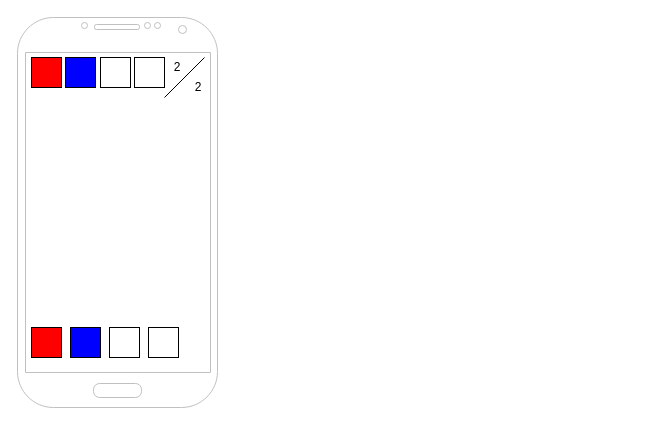
Dominguez1st/codebreaker-android keeps this draw.io diagram as docs/work/wireframe.drawio. Above is the earlier version. Source tidied: cells renumbered, new cells numbered last; positions are measured from the earlier drawing's top-left corner, leaving out a move shared by most shapes. Both pictures are drawn from the tidied source at 100%, with x=0, y=0 at pixel (17, 17).
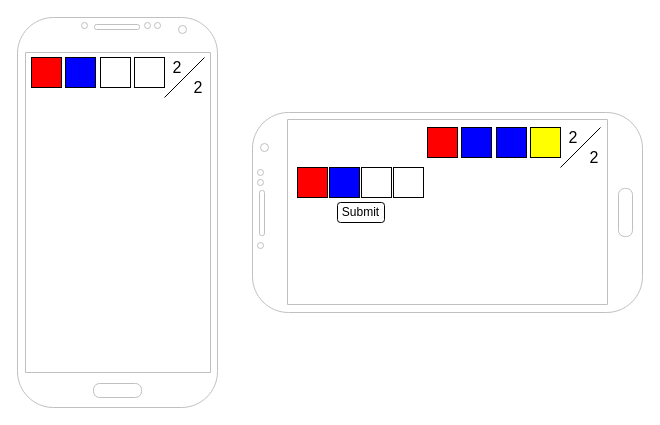
The same diagram, later.

The edit, as a diff of the source:
```diff
@@
     <mxCell id="3" style="rounded=0;whiteSpace=wrap;html=1;fillColor=#FF0000;" parent="1" vertex="1">
-      <mxGeometry x="14" y="310" width="30" height="30" as="geometry" />
+      <mxGeometry x="280" y="150" width="30" height="30" as="geometry" />
     </mxCell>
     <mxCell id="4" style="rounded=0;whiteSpace=wrap;html=1;fillColor=#0000FF;" parent="1" vertex="1">
-      <mxGeometry x="53" y="310" width="30" height="30" as="geometry" />
+      <mxGeometry x="312" y="150" width="30" height="30" as="geometry" />
     </mxCell>
     <mxCell id="5" style="rounded=0;whiteSpace=wrap;html=1;" parent="1" vertex="1">
-      <mxGeometry x="92" y="310" width="30" height="30" as="geometry" />
+      <mxGeometry x="344" y="150" width="30" height="30" as="geometry" />
     </mxCell>
     <mxCell id="6" style="rounded=0;whiteSpace=wrap;html=1;" parent="1" vertex="1">
-      <mxGeometry x="131" y="310" width="30" height="30" as="geometry" />
+      <mxGeometry x="376" y="150" width="30" height="30" as="geometry" />
     </mxCell>
@@
-    <mxCell id="12" value="2" style="text;html=1;strokeColor=none;fillColor=none;align=center;verticalAlign=middle;whiteSpace=wrap;rounded=0;" parent="1" vertex="1">
+    <mxCell id="12" value="2" style="text;html=1;strokeColor=none;fillColor=none;align=center;verticalAlign=middle;whiteSpace=wrap;rounded=0;fontSize=16;" parent="1" vertex="1">
       <mxGeometry x="140" y="40" width="40" height="20" as="geometry" />
     </mxCell>
-    <mxCell id="13" value="2" style="text;html=1;strokeColor=none;fillColor=none;align=center;verticalAlign=middle;whiteSpace=wrap;rounded=0;" parent="1" vertex="1">
+    <mxCell id="13" value="2" style="text;html=1;strokeColor=none;fillColor=none;align=center;verticalAlign=middle;whiteSpace=wrap;rounded=0;fontSize=16;" parent="1" vertex="1">
       <mxGeometry x="161" y="60" width="40" height="20" as="geometry" />
     </mxCell>
+    <mxCell id="14" value="Submit" style="rounded=1;whiteSpace=wrap;html=1;" parent="1" vertex="1">
+      <mxGeometry x="320" y="185" width="47" height="20" as="geometry" />
+    </mxCell>
+    <mxCell id="15" style="verticalLabelPosition=bottom;verticalAlign=top;html=1;shadow=0;dashed=0;strokeWidth=1;shape=mxgraph.android.phone2;strokeColor=#c0c0c0;rotation=-90;" parent="1" vertex="1">
+      <mxGeometry x="330" width="200" height="390" as="geometry" />
+    </mxCell>
+    <mxCell id="16" style="rounded=0;whiteSpace=wrap;html=1;fillColor=#FF0000;" parent="1" vertex="1">
+      <mxGeometry x="410" y="110" width="30" height="30" as="geometry" />
+    </mxCell>
+    <mxCell id="17" style="rounded=0;whiteSpace=wrap;html=1;fillColor=#0000FF;" parent="1" vertex="1">
+      <mxGeometry x="444" y="110" width="30" height="30" as="geometry" />
+    </mxCell>
+    <mxCell id="18" style="rounded=0;whiteSpace=wrap;html=1;fillColor=#0000FF;" parent="1" vertex="1">
+      <mxGeometry x="479" y="110" width="30" height="30" as="geometry" />
+    </mxCell>
+    <mxCell id="19" style="rounded=0;whiteSpace=wrap;html=1;fillColor=#FFFF00;" parent="1" vertex="1">
+      <mxGeometry x="513" y="110" width="30" height="30" as="geometry" />
+    </mxCell>
+    <mxCell id="20" style="endArrow=none;html=1;" parent="1" edge="1">
+      <mxGeometry relative="1" as="geometry">
+        <mxPoint x="543" y="150" as="sourcePoint" />
+        <mxPoint x="583" y="110" as="targetPoint" />
+      </mxGeometry>
+    </mxCell>
+    <mxCell id="21" value="2" style="text;html=1;strokeColor=none;fillColor=none;align=center;verticalAlign=middle;whiteSpace=wrap;rounded=0;fontSize=16;" parent="1" vertex="1">
+      <mxGeometry x="536" y="110" width="40" height="20" as="geometry" />
+    </mxCell>
+    <mxCell id="22" value="2" style="text;html=1;strokeColor=none;fillColor=none;align=center;verticalAlign=middle;whiteSpace=wrap;rounded=0;fontSize=16;" parent="1" vertex="1">
+      <mxGeometry x="557" y="130" width="40" height="20" as="geometry" />
+    </mxCell>
```
